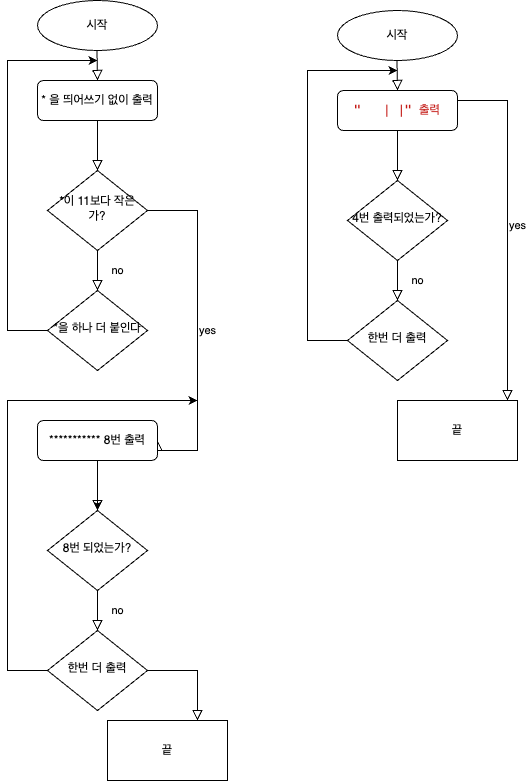
Earlier version of the draw.io export CodeStarterCamp_Week1/아이스크림순서도.drawio.png (yagom-academy/swift-starter-Round1). Source tidied: cells renumbered, new cells last; positions are measured from the earlier drawing's top-left corner, leaving out a move shared by most shapes.
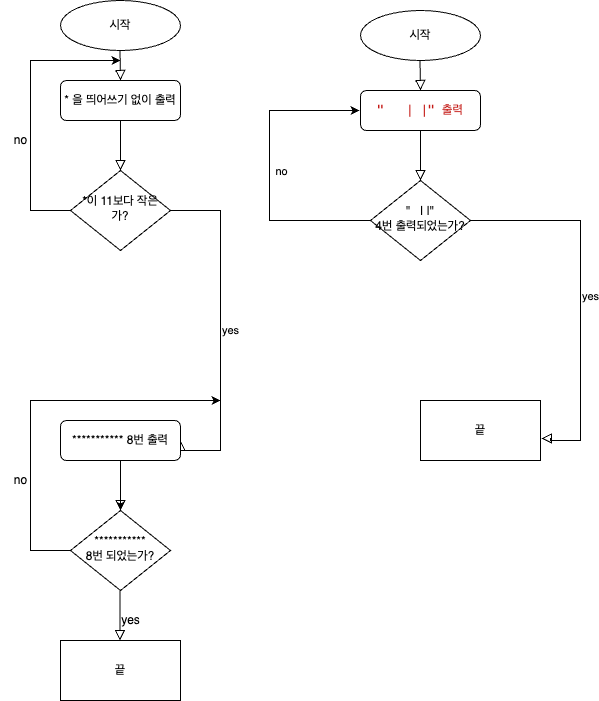
Above is the later version.

Diff of the diagram source:
```diff
@@ -8,9 +8,6 @@
     <mxCell id="3" value="* 을 띄어쓰기 없이 출력" style="rounded=1;whiteSpace=wrap;html=1;fontSize=12;glass=0;strokeWidth=1;shadow=0;" parent="1" vertex="1">
       <mxGeometry x="30" y="80" width="120" height="40" as="geometry" />
     </mxCell>
-    <mxCell id="4" value="no" style="rounded=0;html=1;jettySize=auto;fontSize=11;endArrow=block;endFill=0;endSize=8;strokeWidth=1;shadow=0;labelBackgroundColor=none;edgeStyle=orthogonalEdgeStyle;" parent="1" edge="1" source="6" target="7">
-      <mxGeometry y="20" relative="1" as="geometry" />
-    </mxCell>
     <mxCell id="5" value="yes" style="edgeStyle=orthogonalEdgeStyle;rounded=0;html=1;jettySize=auto;fontSize=11;endArrow=block;endFill=0;endSize=8;strokeWidth=1;shadow=0;labelBackgroundColor=none;entryX=1;entryY=0.5;entryDx=0;entryDy=0;" parent="1" edge="1" source="6" target="9">
       <mxGeometry y="10" relative="1" as="geometry">
         <Array as="points">
@@ -23,9 +20,6 @@
     <mxCell id="6" value="*이 11보다 작은가?" style="rhombus;whiteSpace=wrap;html=1;shadow=0;fontFamily=Helvetica;fontSize=12;align=center;strokeWidth=1;spacing=6;spacingTop=-4;" parent="1" vertex="1">
       <mxGeometry x="40" y="170" width="100" height="80" as="geometry" />
     </mxCell>
-    <mxCell id="7" value="*을 하나 더 붙인다" style="rhombus;whiteSpace=wrap;html=1;shadow=0;fontFamily=Helvetica;fontSize=12;align=center;strokeWidth=1;spacing=6;spacingTop=-4;" parent="1" vertex="1">
-      <mxGeometry x="40" y="290" width="100" height="80" as="geometry" />
-    </mxCell>
     <mxCell id="8" style="edgeStyle=orthogonalEdgeStyle;rounded=0;jettySize=auto;html=1;" parent="1" edge="1" source="9" target="15">
       <mxGeometry relative="1" as="geometry" />
     </mxCell>
@@ -41,11 +35,11 @@
         <mxPoint x="90" y="80" as="targetPoint" />
       </mxGeometry>
     </mxCell>
-    <mxCell id="12" style="endArrow=classic;html=1;rounded=0;exitX=0;exitY=0.5;exitDx=0;exitDy=0;" parent="1" edge="1" source="7">
+    <mxCell id="12" style="endArrow=classic;html=1;rounded=0;exitX=0;exitY=0.5;exitDx=0;exitDy=0;" parent="1" edge="1" source="6">
       <mxGeometry relative="1" as="geometry">
         <mxPoint x="90" y="60" as="targetPoint" />
         <Array as="points">
-          <mxPoint y="330" />
+          <mxPoint y="210" />
           <mxPoint y="60" />
         </Array>
       </mxGeometry>
@@ -59,34 +53,20 @@
         </Array>
       </mxGeometry>
     </mxCell>
-    <mxCell id="14" value="no" style="rounded=0;html=1;jettySize=auto;fontSize=11;endArrow=block;endFill=0;endSize=8;strokeWidth=1;shadow=0;labelBackgroundColor=none;edgeStyle=orthogonalEdgeStyle;" parent="1" edge="1" source="15" target="16">
-      <mxGeometry y="20" relative="1" as="geometry" />
-    </mxCell>
-    <mxCell id="15" value="8번 되었는가?" style="rhombus;whiteSpace=wrap;html=1;shadow=0;fontFamily=Helvetica;fontSize=12;align=center;strokeWidth=1;spacing=6;spacingTop=-4;" parent="1" vertex="1">
+    <mxCell id="15" value="***********&lt;br&gt;8번 되었는가?" style="rhombus;whiteSpace=wrap;html=1;shadow=0;fontFamily=Helvetica;fontSize=12;align=center;strokeWidth=1;spacing=6;spacingTop=-4;" parent="1" vertex="1">
       <mxGeometry x="40" y="510" width="100" height="80" as="geometry" />
     </mxCell>
-    <mxCell id="16" value="한번 더 출력" style="rhombus;whiteSpace=wrap;html=1;shadow=0;fontFamily=Helvetica;fontSize=12;align=center;strokeWidth=1;spacing=6;spacingTop=-4;" parent="1" vertex="1">
-      <mxGeometry x="40" y="630" width="100" height="80" as="geometry" />
-    </mxCell>
-    <mxCell id="17" style="endArrow=classic;html=1;rounded=0;exitX=0;exitY=0.5;exitDx=0;exitDy=0;" parent="1" edge="1" source="16">
+    <mxCell id="17" style="endArrow=classic;html=1;rounded=0;exitX=0;exitY=0.5;exitDx=0;exitDy=0;" parent="1" edge="1" source="15">
       <mxGeometry relative="1" as="geometry">
         <mxPoint x="190" y="400" as="targetPoint" />
         <Array as="points">
-          <mxPoint y="670" />
+          <mxPoint y="550" />
           <mxPoint y="400" />
         </Array>
       </mxGeometry>
     </mxCell>
-    <mxCell id="18" style="rounded=0;html=1;jettySize=auto;fontSize=11;endArrow=block;endFill=0;endSize=8;strokeWidth=1;shadow=0;labelBackgroundColor=none;edgeStyle=orthogonalEdgeStyle;exitX=1;exitY=0.5;exitDx=0;exitDy=0;" parent="1" edge="1" source="16">
-      <mxGeometry relative="1" as="geometry">
-        <mxPoint x="190" y="720" as="targetPoint" />
-        <Array as="points">
-          <mxPoint x="190" y="670" />
-        </Array>
-      </mxGeometry>
-    </mxCell>
     <mxCell id="19" value="끝" style="rounded=0;whiteSpace=wrap;html=1;" parent="1" vertex="1">
-      <mxGeometry x="100" y="720" width="120" height="60" as="geometry" />
+      <mxGeometry x="30" y="640" width="120" height="60" as="geometry" />
     </mxCell>
     <mxCell id="20" style="rounded=0;html=1;jettySize=auto;fontSize=11;endArrow=block;endFill=0;endSize=8;strokeWidth=1;shadow=0;labelBackgroundColor=none;edgeStyle=orthogonalEdgeStyle;" parent="1" edge="1" source="21" target="23">
       <mxGeometry relative="1" as="geometry" />
@@ -94,15 +74,9 @@
     <mxCell id="21" value="&lt;p style=&quot;margin: 0px; font-variant-numeric: normal; font-variant-east-asian: normal; font-stretch: normal; line-height: normal; font-family: Menlo; color: rgb(196, 26, 22); background-color: rgb(255, 255, 255); text-align: start;&quot; class=&quot;p1&quot;&gt;&quot; &amp;nbsp; | |&quot; 출력&lt;/p&gt;" style="rounded=1;whiteSpace=wrap;html=1;fontSize=12;glass=0;strokeWidth=1;shadow=0;" parent="1" vertex="1">
       <mxGeometry x="330" y="90" width="120" height="40" as="geometry" />
     </mxCell>
-    <mxCell id="22" value="no" style="rounded=0;html=1;jettySize=auto;fontSize=11;endArrow=block;endFill=0;endSize=8;strokeWidth=1;shadow=0;labelBackgroundColor=none;edgeStyle=orthogonalEdgeStyle;" parent="1" edge="1" source="23" target="24">
-      <mxGeometry y="20" relative="1" as="geometry" />
-    </mxCell>
-    <mxCell id="23" value="4번 출력되었는가?" style="rhombus;whiteSpace=wrap;html=1;shadow=0;fontFamily=Helvetica;fontSize=12;align=center;strokeWidth=1;spacing=6;spacingTop=-4;" parent="1" vertex="1">
+    <mxCell id="23" value="&quot; &amp;nbsp; | |&quot;&lt;br&gt;4번 출력되었는가?" style="rhombus;whiteSpace=wrap;html=1;shadow=0;fontFamily=Helvetica;fontSize=12;align=center;strokeWidth=1;spacing=6;spacingTop=-4;" parent="1" vertex="1">
       <mxGeometry x="340" y="180" width="100" height="80" as="geometry" />
     </mxCell>
-    <mxCell id="24" value="한번 더 출력" style="rhombus;whiteSpace=wrap;html=1;shadow=0;fontFamily=Helvetica;fontSize=12;align=center;strokeWidth=1;spacing=6;spacingTop=-4;" parent="1" vertex="1">
-      <mxGeometry x="340" y="300" width="100" height="80" as="geometry" />
-    </mxCell>
     <mxCell id="25" value="시작" style="ellipse;whiteSpace=wrap;html=1;" parent="1" vertex="1">
       <mxGeometry x="330" y="10" width="120" height="50" as="geometry" />
     </mxCell>
@@ -112,27 +86,47 @@
         <mxPoint x="390" y="90" as="targetPoint" />
       </mxGeometry>
     </mxCell>
-    <mxCell id="27" style="endArrow=classic;html=1;rounded=0;exitX=0;exitY=0.5;exitDx=0;exitDy=0;" parent="1" edge="1" source="24">
+    <mxCell id="27" style="endArrow=classic;html=1;rounded=0;exitX=0;exitY=0.5;exitDx=0;exitDy=0;" parent="1" edge="1" source="23">
       <mxGeometry relative="1" as="geometry">
-        <mxPoint x="390" y="70" as="targetPoint" />
+        <mxPoint x="329" y="110" as="targetPoint" />
         <Array as="points">
-          <mxPoint x="300" y="340" />
-          <mxPoint x="300" y="70" />
+          <mxPoint x="239" y="220" />
+          <mxPoint x="239" y="110" />
         </Array>
       </mxGeometry>
     </mxCell>
-    <mxCell id="28" value="yes" style="edgeStyle=orthogonalEdgeStyle;rounded=0;html=1;jettySize=auto;orthogonalLoop=1;fontSize=11;endArrow=block;endFill=0;endSize=8;strokeWidth=1;shadow=0;labelBackgroundColor=none;" parent="1" edge="1">
-      <mxGeometry y="10" relative="1" as="geometry">
-        <mxPoint x="450" y="100" as="sourcePoint" />
-        <mxPoint x="500" y="400" as="targetPoint" />
-        <Array as="points">
-          <mxPoint x="500" y="100" />
-          <mxPoint x="500" y="340" />
-        </Array>
-      </mxGeometry>
-    </mxCell>
+    <mxCell id="30" value="no" style="edgeLabel;html=1;align=center;verticalAlign=middle;" parent="27" vertex="1">
+      <mxGeometry x="0.02" y="1" relative="1" as="geometry">
+        <mxPoint x="12" y="2" as="offset" />
+      </mxGeometry>
+    </mxCell>
     <mxCell id="29" value="끝" style="rounded=0;whiteSpace=wrap;html=1;" parent="1" vertex="1">
       <mxGeometry x="390" y="400" width="120" height="60" as="geometry" />
     </mxCell>
+    <mxCell id="31" value="yes" style="edgeStyle=orthogonalEdgeStyle;rounded=0;html=1;jettySize=auto;fontSize=11;endArrow=block;endFill=0;endSize=8;strokeWidth=1;shadow=0;labelBackgroundColor=none;entryX=1.008;entryY=0.633;entryDx=0;entryDy=0;entryPerimeter=0;exitX=1;exitY=0.5;exitDx=0;exitDy=0;" parent="1" edge="1" source="23" target="29">
+      <mxGeometry y="10" relative="1" as="geometry">
+        <Array as="points">
+          <mxPoint x="550" y="220" />
+          <mxPoint x="550" y="440" />
+          <mxPoint x="520" y="440" />
+          <mxPoint x="520" y="438" />
+        </Array>
+      </mxGeometry>
+    </mxCell>
+    <mxCell id="32" value="no" style="text;html=1;align=center;verticalAlign=middle;strokeColor=none;fillColor=none;" parent="1" vertex="1">
+      <mxGeometry x="-30" y="125" width="40" height="30" as="geometry" />
+    </mxCell>
+    <mxCell id="33" value="no" style="text;html=1;align=center;verticalAlign=middle;strokeColor=none;fillColor=none;" parent="1" vertex="1">
+      <mxGeometry x="-30" y="465" width="40" height="30" as="geometry" />
+    </mxCell>
+    <mxCell id="34" style="rounded=0;html=1;jettySize=auto;orthogonalLoop=1;fontSize=11;endArrow=block;endFill=0;endSize=8;strokeWidth=1;shadow=0;labelBackgroundColor=none;edgeStyle=orthogonalEdgeStyle;" parent="1" edge="1">
+      <mxGeometry relative="1" as="geometry">
+        <mxPoint x="89.5" y="590" as="sourcePoint" />
+        <mxPoint x="89.5" y="640" as="targetPoint" />
+      </mxGeometry>
+    </mxCell>
+    <mxCell id="35" value="yes" style="text;html=1;align=center;verticalAlign=middle;strokeColor=none;fillColor=none;" parent="1" vertex="1">
+      <mxGeometry x="80" y="605" width="40" height="30" as="geometry" />
+    </mxCell>
   </root>
 </mxGraphModel>
```
